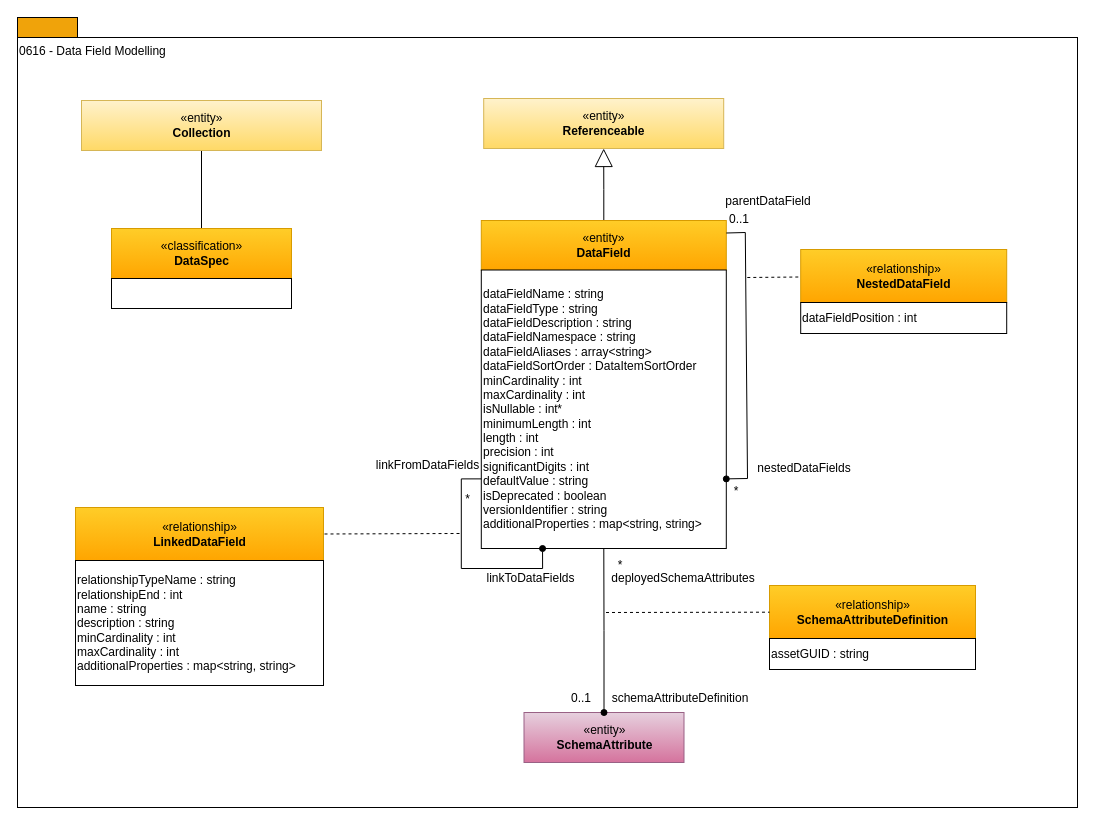
Earlier version of the draw.io diagram page "0616-Data-Field-Discovery" (6 of 14) of site/docs/types/6/area-6-discovery.drawio (odpi/egeria-docs). Source tidied: cells renumbered, new cells numbered last; positions are measured from the earlier drawing's top-left corner, leaving out a move shared by most shapes. Both pictures are drawn from the tidied source at 100%, with x=0, y=0 at pixel (17, 17).
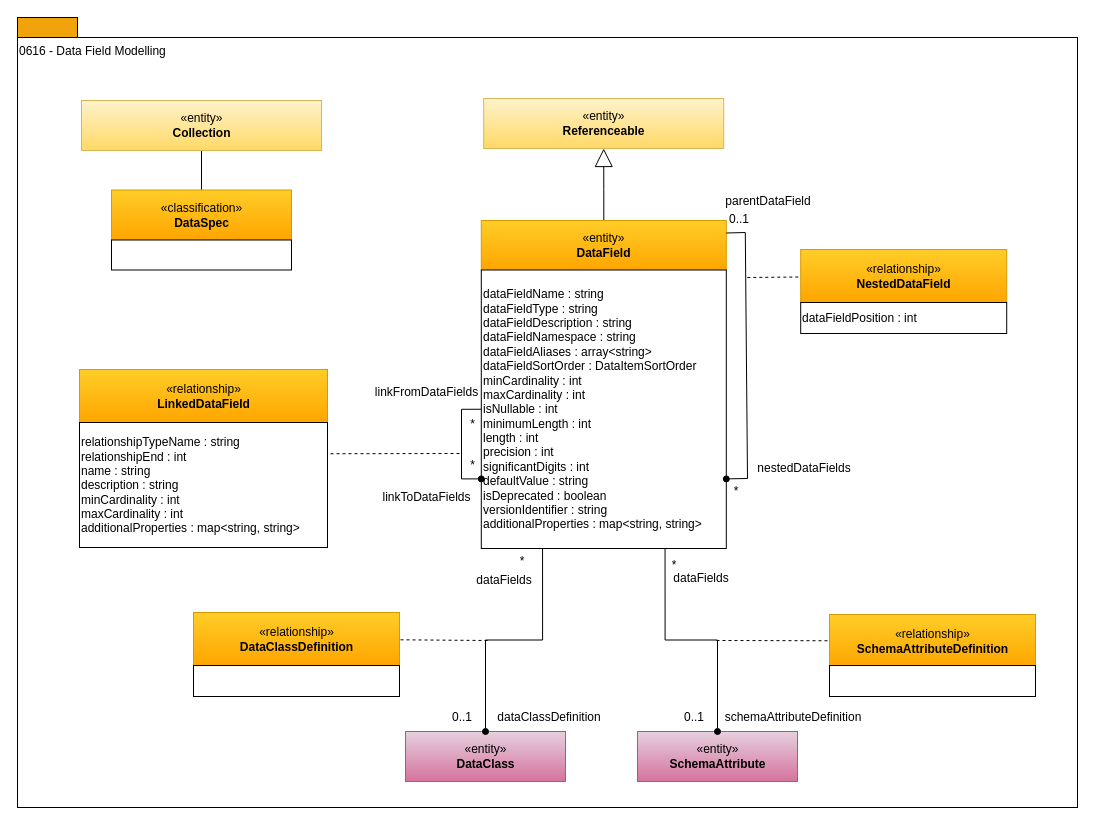
After the change.

Unchanged cells that the change refers to:
```xml
<mxCell id="13" value="dataFieldName : string&lt;br&gt;dataFieldType : string&lt;br&gt;dataFieldDescription : string&lt;br&gt;dataFieldNamespace : string&lt;br&gt;dataFieldAliases : array&amp;lt;string&amp;gt;&lt;br&gt;dataFieldSortOrder : DataItemSortOrder&lt;br&gt;minCardinality : int&lt;br&gt;maxCardinality : int&lt;br&gt;isNullable : int&lt;br&gt;minimumLength : int&lt;br&gt;length : int&lt;br&gt;precision : int&lt;br&gt;significantDigits : int&lt;br&gt;defaultValue : string&lt;br&gt;isDeprecated : boolean&lt;br&gt;versionIdentifier : string&lt;br&gt;additionalProperties : map&amp;lt;string, string&amp;gt;" style="rounded=0;whiteSpace=wrap;html=1;align=left;" parent="1" vertex="1">
  <mxGeometry x="463.8" y="252.5" width="245" height="278.5" as="geometry" />
</mxCell>
```

Change to the diagram source:
```diff
@@
     <mxCell id="14" value="«entity»&lt;br&gt;&lt;b&gt;SchemaAttribute&lt;/b&gt;" style="html=1;strokeColor=#996185;align=center;fillColor=#e6d0de;gradientColor=#d5739d;" parent="1" vertex="1">
-      <mxGeometry x="506.5" y="695" width="160" height="50" as="geometry" />
+      <mxGeometry x="620" y="714" width="160" height="50" as="geometry" />
     </mxCell>
     <mxCell id="15" value="schemaAttributeDefinition" style="text;html=1;strokeColor=none;fillColor=none;align=center;verticalAlign=middle;whiteSpace=wrap;rounded=0;" parent="1" vertex="1">
-      <mxGeometry x="599.5" y="671" width="126" height="20" as="geometry" />
+      <mxGeometry x="713" y="690" width="126" height="20" as="geometry" />
     </mxCell>
     <mxCell id="16" value="*" style="text;html=1;strokeColor=none;fillColor=none;align=center;verticalAlign=middle;whiteSpace=wrap;rounded=0;" parent="1" vertex="1">
-      <mxGeometry x="590.2" y="539" width="26" height="18" as="geometry" />
+      <mxGeometry x="644.2" y="539" width="26" height="18" as="geometry" />
     </mxCell>
     <mxCell id="17" value="0..1" style="text;html=1;strokeColor=none;fillColor=none;align=center;verticalAlign=middle;whiteSpace=wrap;rounded=0;" parent="1" vertex="1">
-      <mxGeometry x="543.5" y="671" width="40" height="20" as="geometry" />
+      <mxGeometry x="657" y="690" width="40" height="20" as="geometry" />
     </mxCell>
     <mxCell id="18" value="«relationship»&lt;br&gt;&lt;b&gt;SchemaAttributeDefinition&lt;/b&gt;" style="html=1;strokeColor=#d79b00;align=center;fillColor=#ffcd28;gradientColor=#ffa500;" parent="1" vertex="1">
-      <mxGeometry x="752" y="568" width="206" height="53" as="geometry" />
+      <mxGeometry x="812" y="597" width="206" height="53" as="geometry" />
     </mxCell>
     <mxCell id="19" style="endArrow=none;dashed=1;html=1;" parent="1" edge="1" target="18">
       <mxGeometry relative="1" as="geometry">
-        <mxPoint x="588.5" y="595" as="sourcePoint" />
+        <mxPoint x="699" y="623" as="sourcePoint" />
       </mxGeometry>
     </mxCell>
-    <mxCell id="20" value="assetGUID : string" style="rounded=0;whiteSpace=wrap;html=1;align=left;" parent="1" vertex="1">
-      <mxGeometry x="752" y="621" width="206" height="31" as="geometry" />
+    <mxCell id="20" style="rounded=0;whiteSpace=wrap;html=1;align=left;" parent="1" vertex="1">
+      <mxGeometry x="812" y="648" width="206" height="31" as="geometry" />
     </mxCell>
-    <mxCell id="21" value="deployedSchemaAttributes" style="text;html=1;strokeColor=none;fillColor=none;align=center;verticalAlign=middle;whiteSpace=wrap;rounded=0;" parent="1" vertex="1">
-      <mxGeometry x="590.2" y="551" width="152" height="20" as="geometry" />
+    <mxCell id="21" value="dataFields" style="text;html=1;strokeColor=none;fillColor=none;align=center;verticalAlign=middle;whiteSpace=wrap;rounded=0;" parent="1" vertex="1">
+      <mxGeometry x="644.2" y="551" width="79.8" height="20" as="geometry" />
     </mxCell>
@@
-    <mxCell id="23" style="edgeStyle=orthogonalEdgeStyle;rounded=0;html=1;entryX=0.5;entryY=1;endArrow=none;endFill=0;jettySize=auto;entryDx=0;entryDy=0;startArrow=oval;startFill=1;" parent="1" edge="1" source="14" target="13">
+    <mxCell id="23" style="edgeStyle=orthogonalEdgeStyle;rounded=0;html=1;entryX=0.75;entryY=1;endArrow=none;endFill=0;jettySize=auto;entryDx=0;entryDy=0;startArrow=oval;startFill=1;" parent="1" edge="1" source="14" target="13">
       <mxGeometry relative="1" as="geometry" />
     </mxCell>
@@
-    <mxCell id="25" style="edgeStyle=orthogonalEdgeStyle;rounded=0;orthogonalLoop=1;jettySize=auto;html=1;exitX=0;exitY=0.75;exitDx=0;exitDy=0;entryX=0.25;entryY=1;entryDx=0;entryDy=0;endArrow=oval;endFill=1;" parent="1" edge="1" source="13" target="13">
-      <mxGeometry relative="1" as="geometry" />
+    <mxCell id="25" style="edgeStyle=orthogonalEdgeStyle;rounded=0;orthogonalLoop=1;jettySize=auto;html=1;exitX=0;exitY=0.5;exitDx=0;exitDy=0;endArrow=oval;endFill=1;entryX=0;entryY=0.75;entryDx=0;entryDy=0;" parent="1" edge="1" source="13" target="13">
+      <mxGeometry relative="1" as="geometry">
+        <Array as="points">
+          <mxPoint x="444" y="392" />
+          <mxPoint x="444" y="461" />
+        </Array>
+      </mxGeometry>
     </mxCell>
     <mxCell id="26" value="«relationship»&lt;br&gt;&lt;b&gt;LinkedDataField&lt;/b&gt;" style="html=1;strokeColor=#d79b00;align=center;fillColor=#ffcd28;gradientColor=#ffa500;" parent="1" vertex="1">
-      <mxGeometry x="58" y="490" width="248" height="53" as="geometry" />
+      <mxGeometry x="62" y="352" width="248" height="53" as="geometry" />
     </mxCell>
-    <mxCell id="27" style="endArrow=none;dashed=1;html=1;entryX=1;entryY=0.5;entryDx=0;entryDy=0;" parent="1" edge="1" target="26">
+    <mxCell id="27" style="endArrow=none;dashed=1;html=1;entryX=1;entryY=0.25;entryDx=0;entryDy=0;" parent="1" edge="1" target="28">
       <mxGeometry relative="1" as="geometry">
-        <mxPoint x="442" y="516" as="sourcePoint" />
+        <mxPoint x="442" y="436" as="sourcePoint" />
       </mxGeometry>
     </mxCell>
     <mxCell id="28" value="relationshipTypeName : string&lt;br&gt;relationshipEnd : int&lt;br&gt;name : string&lt;br&gt;description : string&lt;br&gt;minCardinality : int&lt;br style=&quot;border-color: var(--border-color);&quot;&gt;maxCardinality : int&lt;br&gt;additionalProperties : map&amp;lt;string, string&amp;gt;" style="rounded=0;whiteSpace=wrap;html=1;align=left;" parent="1" vertex="1">
-      <mxGeometry x="58" y="543" width="248" height="125" as="geometry" />
+      <mxGeometry x="62" y="405" width="248" height="125" as="geometry" />
     </mxCell>
     <mxCell id="29" value="linkFromDataFields" style="text;html=1;align=center;verticalAlign=middle;strokeColor=none;fillColor=none;" parent="1" vertex="1">
-      <mxGeometry x="349" y="435" width="121" height="26" as="geometry" />
+      <mxGeometry x="348" y="362" width="121" height="26" as="geometry" />
     </mxCell>
     <mxCell id="30" value="linkToDataFields" style="text;html=1;align=center;verticalAlign=middle;strokeColor=none;fillColor=none;" parent="1" vertex="1">
-      <mxGeometry x="459.5" y="548" width="106" height="26" as="geometry" />
+      <mxGeometry x="355.5" y="467" width="106" height="26" as="geometry" />
     </mxCell>
     <mxCell id="31" value="*" style="text;html=1;align=center;verticalAlign=middle;strokeColor=none;fillColor=none;" parent="1" vertex="1">
-      <mxGeometry x="530.8" y="378.5" width="23" height="26" as="geometry" />
+      <mxGeometry x="443.2" y="435.2" width="23" height="26" as="geometry" />
     </mxCell>
     <mxCell id="32" value="*" style="text;html=1;align=center;verticalAlign=middle;strokeColor=none;fillColor=none;" parent="1" vertex="1">
-      <mxGeometry x="438.5" y="469" width="23" height="26" as="geometry" />
+      <mxGeometry x="443.2" y="394" width="23" height="26" as="geometry" />
     </mxCell>
@@
     <mxCell id="35" value="«classification»&lt;br&gt;&lt;b&gt;DataSpec&lt;/b&gt;" style="html=1;strokeColor=#d79b00;align=center;fillColor=#ffcd28;gradientColor=#ffa500;" parent="1" vertex="1">
-      <mxGeometry x="94" y="211" width="180" height="50" as="geometry" />
+      <mxGeometry x="94" y="172.5" width="180" height="50" as="geometry" />
     </mxCell>
     <mxCell id="36" style="rounded=0;whiteSpace=wrap;html=1;align=left;" parent="1" vertex="1">
-      <mxGeometry x="94" y="261" width="180" height="30" as="geometry" />
+      <mxGeometry x="94" y="222.5" width="180" height="30" as="geometry" />
     </mxCell>
+    <mxCell id="37" value="«entity»&lt;br&gt;&lt;b&gt;DataClass&lt;/b&gt;" style="html=1;strokeColor=#996185;align=center;fillColor=#e6d0de;gradientColor=#d5739d;" parent="1" vertex="1">
+      <mxGeometry x="388" y="714" width="160" height="50" as="geometry" />
+    </mxCell>
+    <mxCell id="38" value="dataClassDefinition" style="text;html=1;strokeColor=none;fillColor=none;align=center;verticalAlign=middle;whiteSpace=wrap;rounded=0;" parent="1" vertex="1">
+      <mxGeometry x="469" y="690" width="126" height="20" as="geometry" />
+    </mxCell>
+    <mxCell id="39" value="*" style="text;html=1;strokeColor=none;fillColor=none;align=center;verticalAlign=middle;whiteSpace=wrap;rounded=0;" parent="1" vertex="1">
+      <mxGeometry x="492" y="535" width="26" height="18" as="geometry" />
+    </mxCell>
+    <mxCell id="40" value="0..1" style="text;html=1;strokeColor=none;fillColor=none;align=center;verticalAlign=middle;whiteSpace=wrap;rounded=0;" parent="1" vertex="1">
+      <mxGeometry x="425" y="690" width="40" height="20" as="geometry" />
+    </mxCell>
+    <mxCell id="41" value="«relationship»&lt;br&gt;&lt;b&gt;DataClassDefinition&lt;/b&gt;" style="html=1;strokeColor=#d79b00;align=center;fillColor=#ffcd28;gradientColor=#ffa500;" parent="1" vertex="1">
+      <mxGeometry x="176" y="595" width="206" height="53" as="geometry" />
+    </mxCell>
+    <mxCell id="42" style="endArrow=none;dashed=1;html=1;" parent="1" edge="1" target="41">
+      <mxGeometry relative="1" as="geometry">
+        <mxPoint x="470" y="623" as="sourcePoint" />
+      </mxGeometry>
+    </mxCell>
+    <mxCell id="43" style="rounded=0;whiteSpace=wrap;html=1;align=left;" parent="1" vertex="1">
+      <mxGeometry x="176" y="648" width="206" height="31" as="geometry" />
+    </mxCell>
+    <mxCell id="44" value="dataFields" style="text;html=1;strokeColor=none;fillColor=none;align=center;verticalAlign=middle;whiteSpace=wrap;rounded=0;" parent="1" vertex="1">
+      <mxGeometry x="448" y="553" width="78.2" height="20" as="geometry" />
+    </mxCell>
+    <mxCell id="45" style="edgeStyle=orthogonalEdgeStyle;rounded=0;html=1;entryX=0.25;entryY=1;endArrow=none;endFill=0;jettySize=auto;entryDx=0;entryDy=0;startArrow=oval;startFill=1;" parent="1" edge="1" source="37" target="13">
+      <mxGeometry relative="1" as="geometry" />
+    </mxCell>
```
